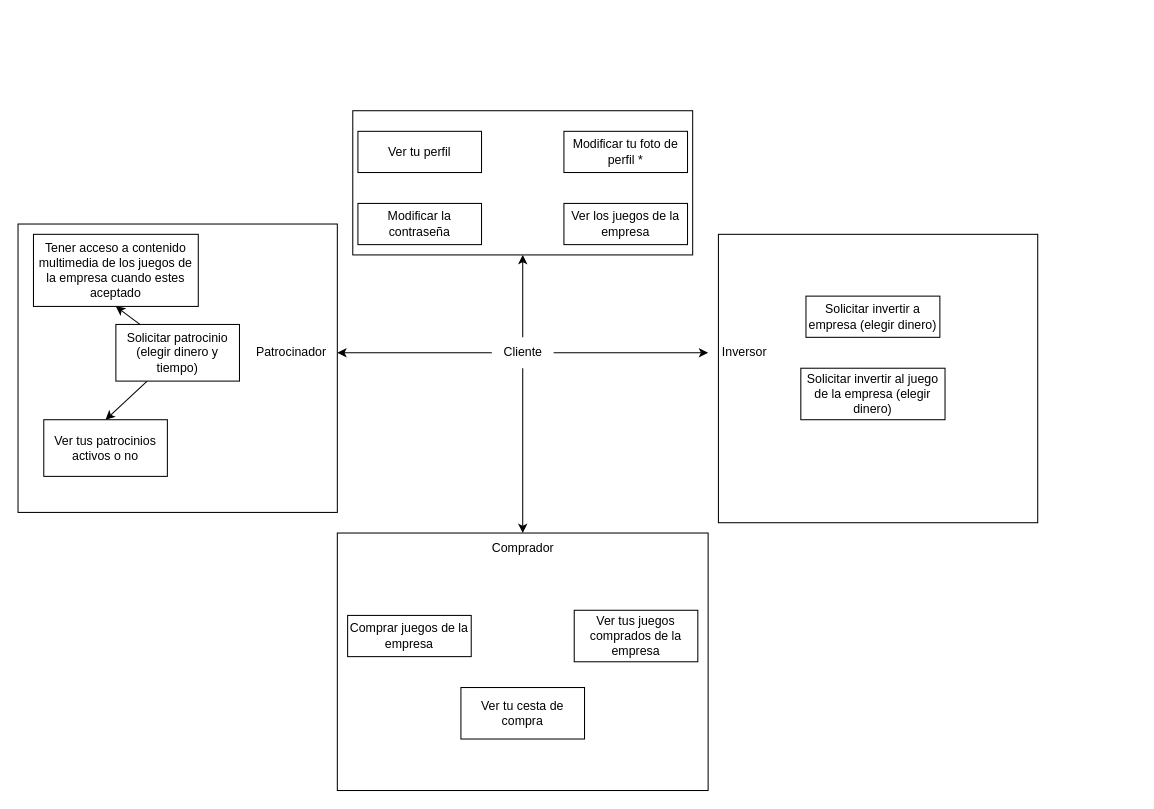
This is Roles.drawio from Maek0s/2DAM_ProyectoDI, a draw.io file, before an edit. Source tidied: cells renumbered, new cells numbered last; positions are measured from the earlier drawing's top-left corner, leaving out a move shared by most shapes. Both pictures are drawn from the tidied source at 103%, with x=0, y=0 at pixel (18, 110).
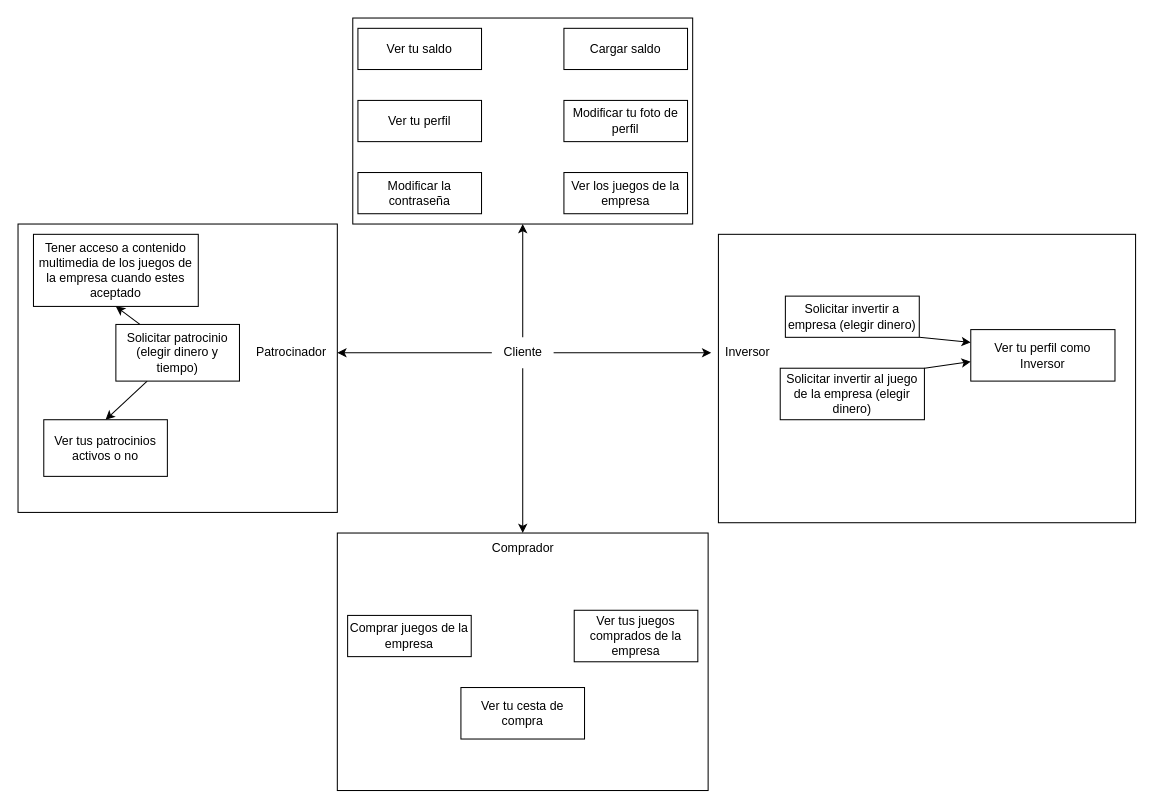
The same diagram, later.

Commit message (it also covers changes not shown here):
Explicado funciones como Inversor

Unchanged cells that the change refers to:
```xml
<mxCell id="6" value="Cliente" style="text;html=1;align=center;verticalAlign=middle;points=[];strokeColor=none;fillColor=none;" parent="1" vertex="1">
  <mxGeometry x="460" y="220" width="60" height="30" as="geometry" />
</mxCell>
<mxCell id="11" value="Comprador" style="text;html=1;align=center;verticalAlign=middle;points=[];strokeColor=none;fillColor=none;" parent="1" vertex="1">
  <mxGeometry x="450" y="410" width="80" height="30" as="geometry" />
</mxCell>
```

Diff of the diagram source:
```diff
@@
     <mxCell id="3" style="edgeStyle=orthogonalEdgeStyle;rounded=0;jettySize=auto;html=1;" parent="1" edge="1" source="6" target="11">
-      <mxGeometry relative="1" as="geometry" />
+      <mxGeometry relative="1" as="geometry">
+        <Array as="points">
+          <mxPoint x="490" y="330" />
+          <mxPoint x="490" y="330" />
+        </Array>
+      </mxGeometry>
     </mxCell>
@@
     <mxCell id="9" style="rounded=0;whiteSpace=wrap;html=1;" parent="1" vertex="1">
-      <mxGeometry x="325" width="330" height="140" as="geometry" />
+      <mxGeometry x="325" y="-90" width="330" height="200" as="geometry" />
     </mxCell>
@@
     <mxCell id="13" value="Ver los juegos de la empresa" style="rounded=0;whiteSpace=wrap;html=1;" parent="1" vertex="1">
-      <mxGeometry x="530" y="90" width="120" height="40" as="geometry" />
+      <mxGeometry x="530" y="60" width="120" height="40" as="geometry" />
     </mxCell>
@@
     <mxCell id="16" value="Modificar la contraseña" style="rounded=0;whiteSpace=wrap;html=1;" parent="1" vertex="1">
-      <mxGeometry x="330" y="90" width="120" height="40" as="geometry" />
+      <mxGeometry x="330" y="60" width="120" height="40" as="geometry" />
     </mxCell>
     <mxCell id="17" value="Ver tu perfil" style="rounded=0;whiteSpace=wrap;html=1;" parent="1" vertex="1">
-      <mxGeometry x="330" y="20" width="120" height="40" as="geometry" />
+      <mxGeometry x="330" y="-10" width="120" height="40" as="geometry" />
     </mxCell>
-    <mxCell id="18" value="Modificar tu foto de perfil *" style="rounded=0;whiteSpace=wrap;html=1;" parent="1" vertex="1">
-      <mxGeometry x="530" y="20" width="120" height="40" as="geometry" />
+    <mxCell id="18" value="Modificar tu foto de perfil" style="rounded=0;whiteSpace=wrap;html=1;" parent="1" vertex="1">
+      <mxGeometry x="530" y="-10" width="120" height="40" as="geometry" />
     </mxCell>
     <mxCell id="19" style="rounded=0;whiteSpace=wrap;html=1;" parent="1" vertex="1">
-      <mxGeometry x="680" y="120" width="310" height="280" as="geometry" />
+      <mxGeometry x="680" y="120" width="405" height="280" as="geometry" />
     </mxCell>
     <mxCell id="20" value="Inversor" style="text;html=1;align=center;verticalAlign=middle;points=[];strokeColor=none;fillColor=none;" parent="1" vertex="1">
-      <mxGeometry x="670" y="220" width="70" height="30" as="geometry" />
+      <mxGeometry x="673" y="220" width="70" height="30" as="geometry" />
     </mxCell>
@@
+    <mxCell id="28" style="rounded=0;jettySize=auto;html=1;exitX=1;exitY=1;exitDx=0;exitDy=0;entryX=0;entryY=0.25;entryDx=0;entryDy=0;" parent="1" edge="1" source="26" target="30">
+      <mxGeometry relative="1" as="geometry" />
+    </mxCell>
     <mxCell id="26" value="Solicitar invertir a empresa (elegir dinero)" style="rounded=0;whiteSpace=wrap;html=1;" parent="1" vertex="1">
-      <mxGeometry x="765" y="180" width="130" height="40" as="geometry" />
+      <mxGeometry x="745" y="180" width="130" height="40" as="geometry" />
     </mxCell>
+    <mxCell id="29" style="rounded=0;jettySize=auto;html=1;entryX=0;entryY=0.623;entryDx=0;entryDy=0;exitX=1;exitY=0;exitDx=0;exitDy=0;entryPerimeter=0;" parent="1" edge="1" source="27" target="30">
+      <mxGeometry relative="1" as="geometry" />
+    </mxCell>
     <mxCell id="27" value="Solicitar invertir al juego de la empresa (elegir dinero)" style="rounded=0;whiteSpace=wrap;html=1;" parent="1" vertex="1">
-      <mxGeometry x="760" y="250" width="140" height="50" as="geometry" />
+      <mxGeometry x="740" y="250" width="140" height="50" as="geometry" />
     </mxCell>
+    <mxCell id="30" value="Ver tu perfil como Inversor" style="rounded=0;whiteSpace=wrap;html=1;" parent="1" vertex="1">
+      <mxGeometry x="925" y="212.5" width="140" height="50" as="geometry" />
+    </mxCell>
+    <mxCell id="31" value="Ver tu saldo" style="rounded=0;whiteSpace=wrap;html=1;" parent="1" vertex="1">
+      <mxGeometry x="330" y="-80" width="120" height="40" as="geometry" />
+    </mxCell>
+    <mxCell id="32" value="Cargar saldo" style="rounded=0;whiteSpace=wrap;html=1;" parent="1" vertex="1">
+      <mxGeometry x="530" y="-80" width="120" height="40" as="geometry" />
+    </mxCell>
```
